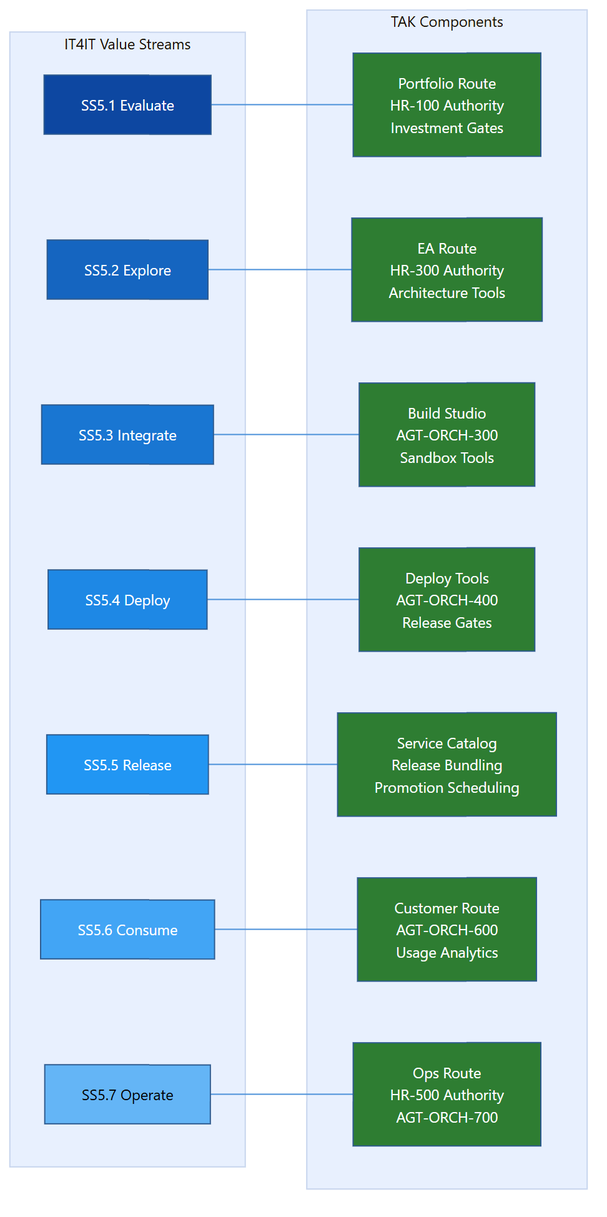
The Mermaid diagram docs/architecture/tak-diagrams/png/09-it4it-mapping.png in OpenDigitalProductFactory/opendigitalproductfactory, before a commit. Its source is kept beside it as docs/architecture/tak-diagrams/09-it4it-mapping.mmd.
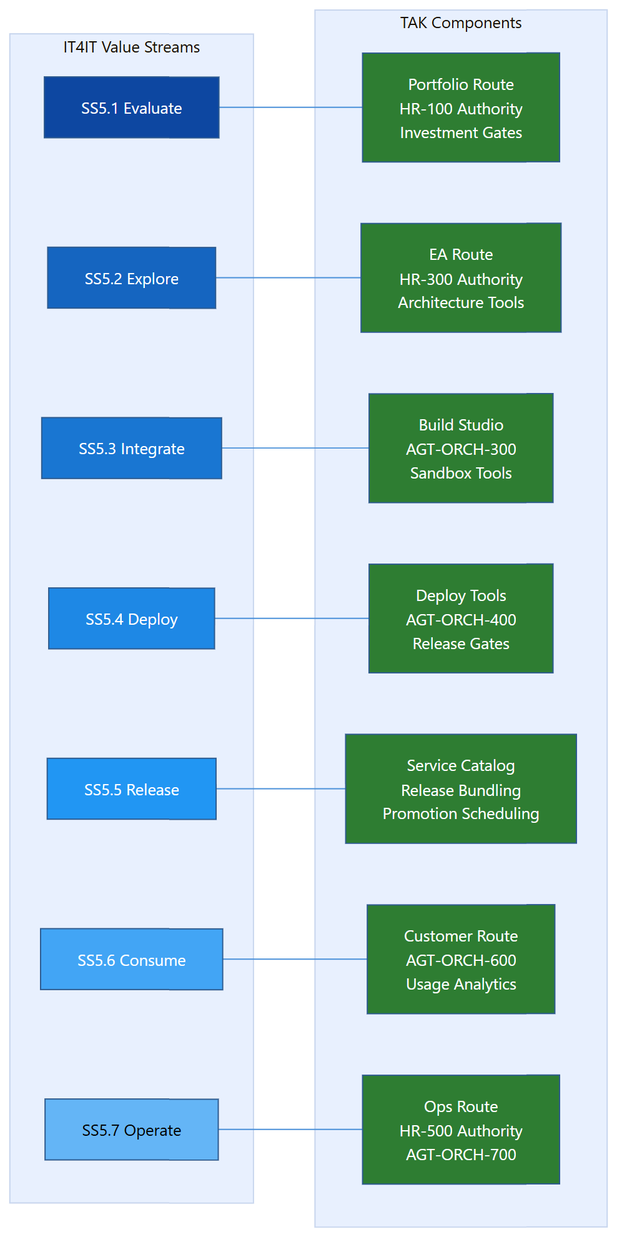
The same file after the commit.

What changed in the source:
```diff
@@ -1,4 +1,3 @@
-%%{init: {'theme': 'base', 'themeVariables': { 'primaryColor': '#1e3a5f', 'primaryTextColor': '#ffffff', 'primaryBorderColor': '#2d5a8e', 'lineColor': '#4a90d9', 'secondaryColor': '#2d5a8e', 'tertiaryColor': '#e8f0fe', 'fontFamily': 'Segoe UI, Arial', 'fontSize': '12px'}}}%%
 flowchart LR
     subgraph VS["IT4IT Value Streams"]
         direction TB
```
